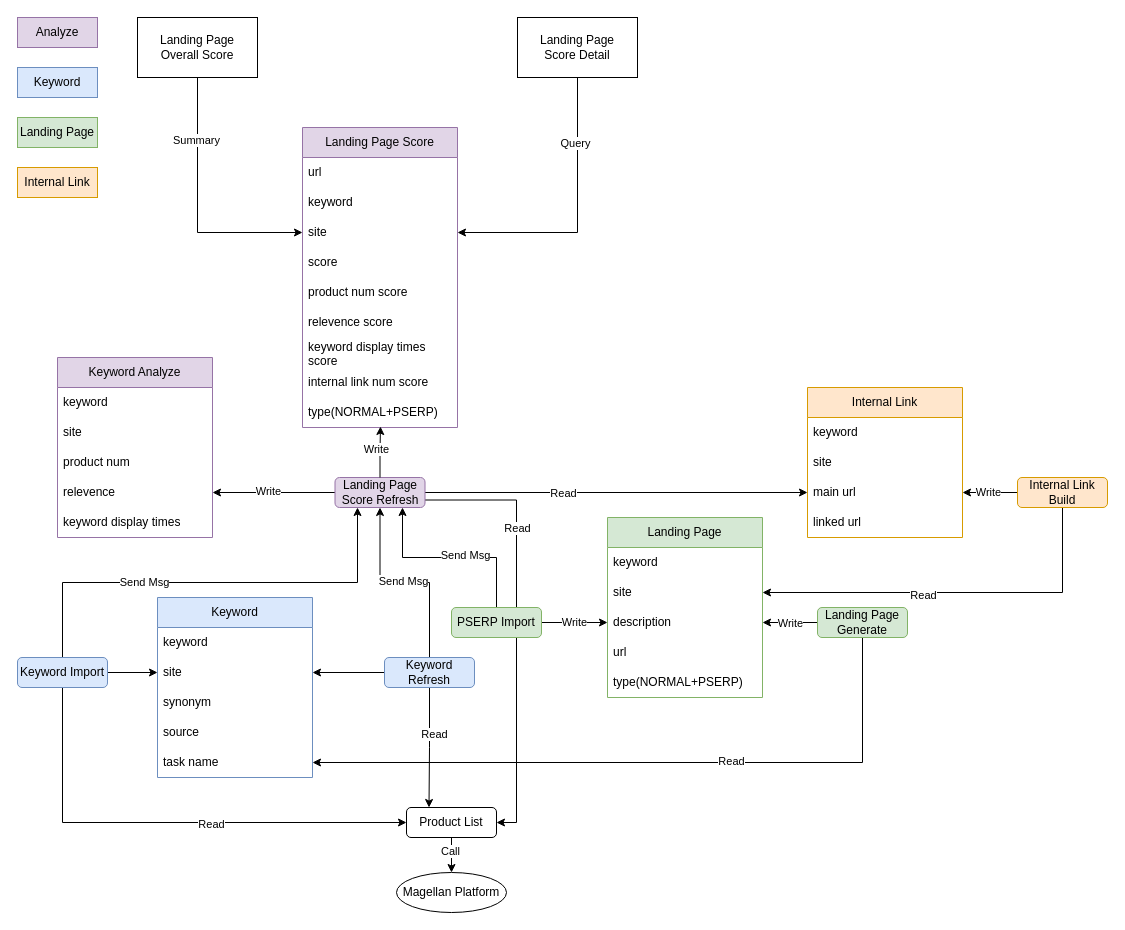
Before: drawio/page_score.drawio in VisableHarry/seo-drawio, a draw.io diagram. Source tidied: cells renumbered, new cells numbered last; positions are measured from the earlier drawing's top-left corner, leaving out a move shared by most shapes. Both pictures are drawn from the tidied source at 100%, with x=0, y=0 at pixel (17, 17).
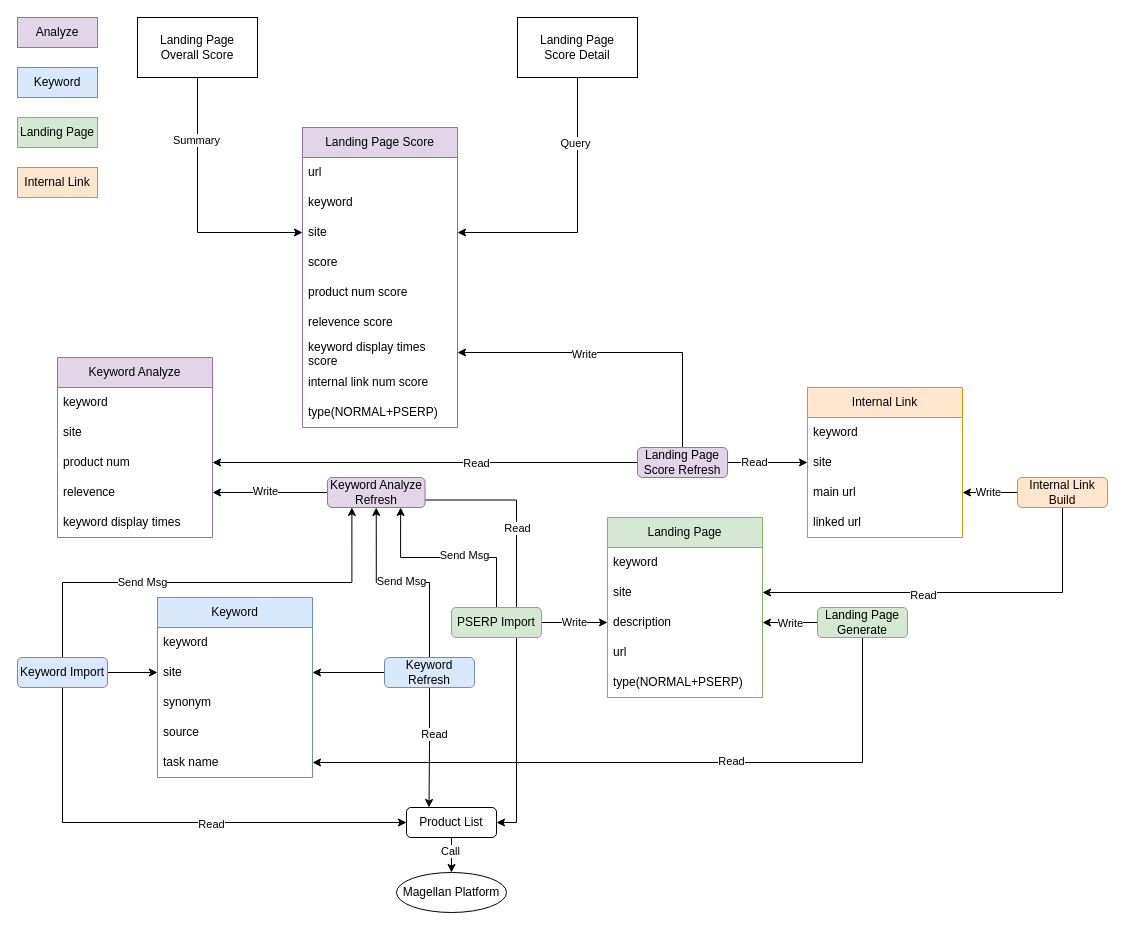
The same diagram, later.

The change refers to these unchanged cells:
```xml
<mxCell id="25" value="keyword display times score" style="text;strokeColor=none;fillColor=none;align=left;verticalAlign=middle;spacingLeft=4;spacingRight=4;overflow=hidden;points=[[0,0.5],[1,0.5]];portConstraint=eastwest;whiteSpace=wrap;html=1;" parent="18" vertex="1">
  <mxGeometry y="210" width="155" height="30" as="geometry" />
</mxCell>
<mxCell id="27" value="type(NORMAL+PSERP)" style="text;strokeColor=none;fillColor=none;align=left;verticalAlign=middle;spacingLeft=4;spacingRight=4;overflow=hidden;points=[[0,0.5],[1,0.5]];portConstraint=eastwest;whiteSpace=wrap;html=1;" parent="18" vertex="1">
  <mxGeometry y="270" width="155" height="30" as="geometry" />
</mxCell>
<mxCell id="31" value="product num" style="text;strokeColor=none;fillColor=none;align=left;verticalAlign=middle;spacingLeft=4;spacingRight=4;overflow=hidden;points=[[0,0.5],[1,0.5]];portConstraint=eastwest;whiteSpace=wrap;html=1;" parent="28" vertex="1">
  <mxGeometry y="90" width="155" height="30" as="geometry" />
</mxCell>
<mxCell id="61" value="site" style="text;strokeColor=none;fillColor=none;align=left;verticalAlign=middle;spacingLeft=4;spacingRight=4;overflow=hidden;points=[[0,0.5],[1,0.5]];portConstraint=eastwest;whiteSpace=wrap;html=1;" parent="59" vertex="1">
  <mxGeometry y="60" width="155" height="30" as="geometry" />
</mxCell>
<mxCell id="62" value="main url" style="text;strokeColor=none;fillColor=none;align=left;verticalAlign=middle;spacingLeft=4;spacingRight=4;overflow=hidden;points=[[0,0.5],[1,0.5]];portConstraint=eastwest;whiteSpace=wrap;html=1;" parent="59" vertex="1">
  <mxGeometry y="90" width="155" height="30" as="geometry" />
</mxCell>
```

The edit, as a diff of the source:
```diff
@@
-    <mxCell id="36" style="edgeStyle=orthogonalEdgeStyle;rounded=0;jettySize=auto;html=1;exitX=1;exitY=0.5;exitDx=0;exitDy=0;" parent="1" edge="1" source="40" target="62">
-      <mxGeometry relative="1" as="geometry" />
-    </mxCell>
-    <mxCell id="37" value="Read" style="edgeLabel;html=1;align=center;verticalAlign=middle;" parent="36" vertex="1">
-      <mxGeometry x="-0.28" y="-3" relative="1" as="geometry">
-        <mxPoint y="-3" as="offset" />
-      </mxGeometry>
-    </mxCell>
@@
-    <mxCell id="40" value="Landing Page Score Refresh" style="rounded=1;whiteSpace=wrap;html=1;fillColor=#e1d5e7;strokeColor=#9673a6;" parent="1" vertex="1">
-      <mxGeometry x="317.5" y="460" width="90" height="30" as="geometry" />
+    <mxCell id="40" value="Keyword Analyze Refresh" style="rounded=1;whiteSpace=wrap;html=1;fillColor=#e1d5e7;strokeColor=#9673a6;" parent="1" vertex="1">
+      <mxGeometry x="310" y="460" width="97.5" height="30" as="geometry" />
     </mxCell>
@@
-    <mxCell id="68" style="edgeStyle=orthogonalEdgeStyle;rounded=0;jettySize=auto;html=1;exitX=0.5;exitY=0;exitDx=0;exitDy=0;entryX=0.503;entryY=0.967;entryDx=0;entryDy=0;entryPerimeter=0;" parent="1" edge="1" source="40" target="27">
-      <mxGeometry relative="1" as="geometry" />
-    </mxCell>
-    <mxCell id="69" value="Write" style="edgeLabel;html=1;align=center;verticalAlign=middle;" parent="68" vertex="1">
-      <mxGeometry x="0.11" y="3" relative="1" as="geometry">
-        <mxPoint x="-1" as="offset" />
-      </mxGeometry>
-    </mxCell>
@@
+    <mxCell id="84" style="edgeStyle=orthogonalEdgeStyle;rounded=0;jettySize=auto;html=1;exitX=0;exitY=0.5;exitDx=0;exitDy=0;entryX=1;entryY=0.5;entryDx=0;entryDy=0;" parent="1" edge="1" source="89" target="31">
+      <mxGeometry relative="1" as="geometry" />
+    </mxCell>
+    <mxCell id="85" value="Read" style="edgeLabel;html=1;align=center;verticalAlign=middle;" parent="84" vertex="1">
+      <mxGeometry x="-0.24" relative="1" as="geometry" />
+    </mxCell>
+    <mxCell id="86" style="edgeStyle=orthogonalEdgeStyle;rounded=0;jettySize=auto;html=1;exitX=1;exitY=0.5;exitDx=0;exitDy=0;entryX=0;entryY=0.5;entryDx=0;entryDy=0;" parent="1" edge="1" source="89" target="61">
+      <mxGeometry relative="1" as="geometry" />
+    </mxCell>
+    <mxCell id="87" value="Read" style="edgeLabel;html=1;align=center;verticalAlign=middle;" parent="86" vertex="1">
+      <mxGeometry x="-0.34" y="1" relative="1" as="geometry" />
+    </mxCell>
+    <mxCell id="88" style="edgeStyle=orthogonalEdgeStyle;rounded=0;jettySize=auto;html=1;exitX=0.5;exitY=0;exitDx=0;exitDy=0;entryX=1;entryY=0.5;entryDx=0;entryDy=0;" parent="1" edge="1" source="89" target="25">
+      <mxGeometry relative="1" as="geometry" />
+    </mxCell>
+    <mxCell id="69" value="Write" style="edgeLabel;html=1;align=center;verticalAlign=middle;" parent="88" vertex="1">
+      <mxGeometry x="0.22" y="3" relative="1" as="geometry">
+        <mxPoint x="1" y="-2" as="offset" />
+      </mxGeometry>
+    </mxCell>
+    <mxCell id="89" value="Landing Page Score Refresh" style="rounded=1;whiteSpace=wrap;html=1;fillColor=#e1d5e7;strokeColor=#9673a6;" parent="1" vertex="1">
+      <mxGeometry x="620" y="430" width="90" height="30" as="geometry" />
+    </mxCell>
```
